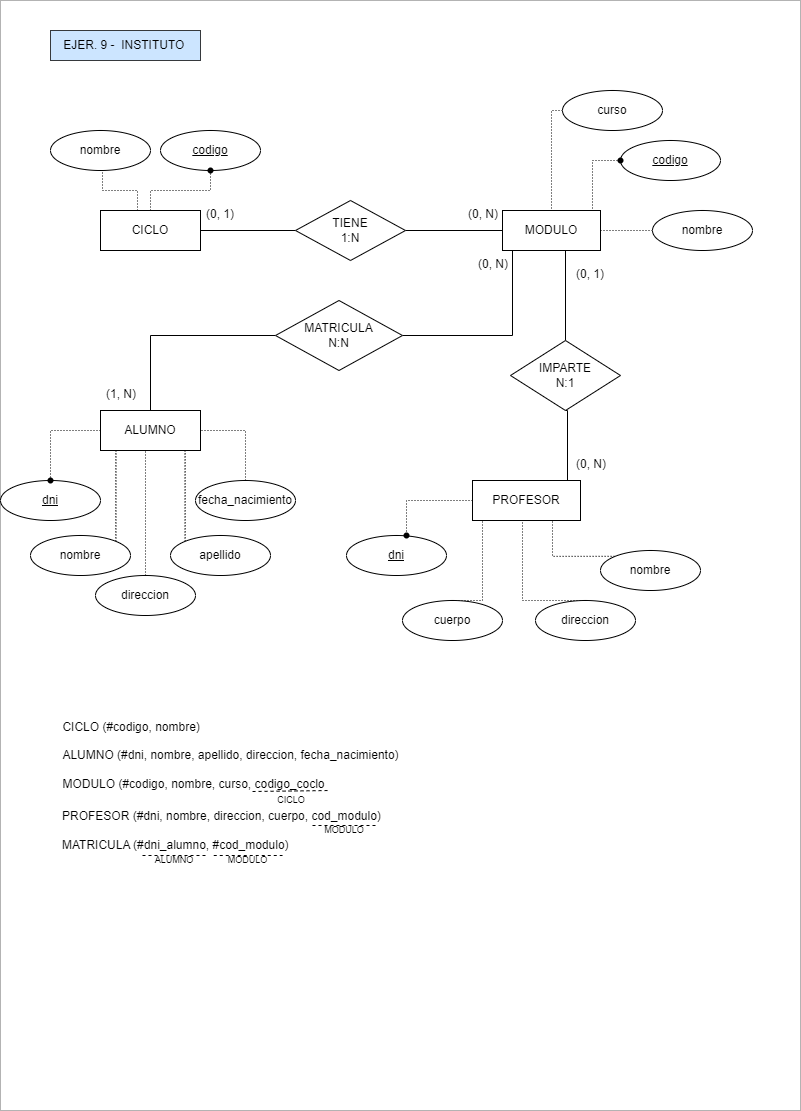
mdrp93/BASE-DE-DATOS keeps this draw.io diagram as ejer9_instituto.png. Above is the earlier version. Source tidied: cells renumbered, new cells last; positions are measured from the earlier drawing's top-left corner, leaving out a move shared by most shapes.
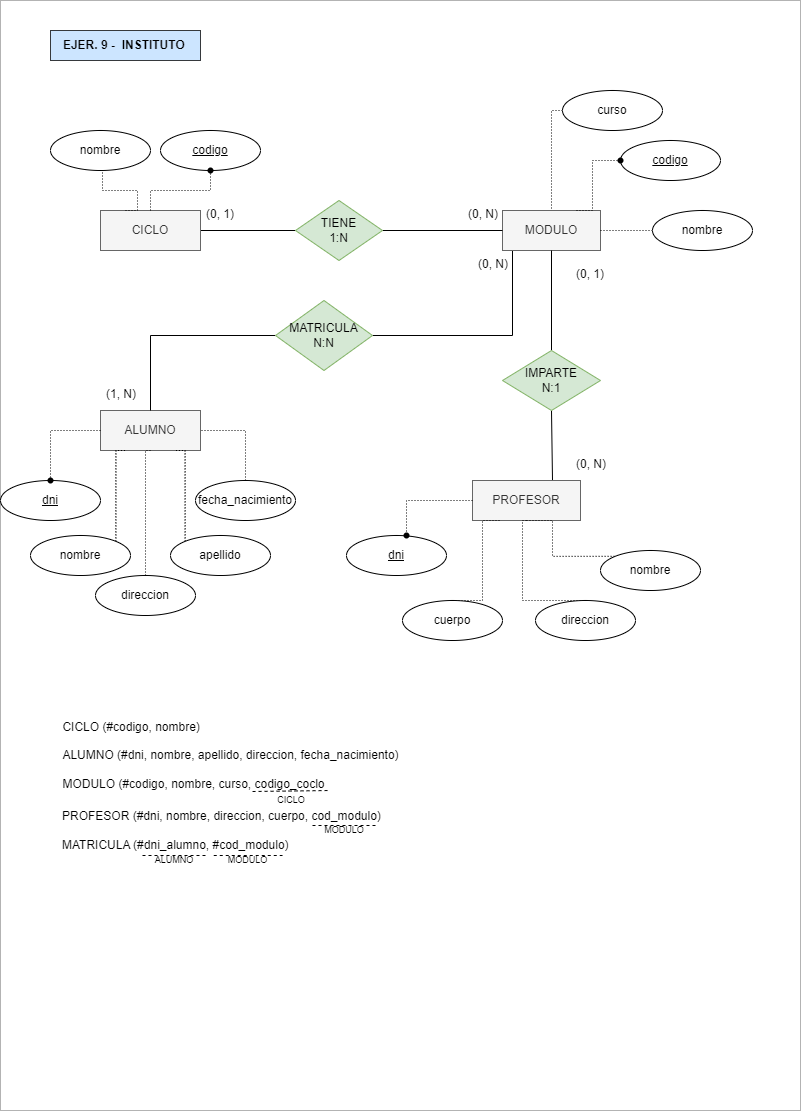
After the change.

Diff of the diagram source:
```diff
@@ -5,7 +5,7 @@
     <mxCell id="2" style="rounded=0;whiteSpace=wrap;html=1;fillColor=none;strokeColor=#B3B3B3;" parent="1" vertex="1">
       <mxGeometry width="800" height="1110" as="geometry" />
     </mxCell>
-    <mxCell id="3" value="ALUMNO" style="whiteSpace=wrap;html=1;align=center;" parent="1" vertex="1">
+    <mxCell id="3" value="ALUMNO" style="whiteSpace=wrap;html=1;align=center;fillColor=#f5f5f5;fontColor=#333333;strokeColor=#666666;" parent="1" vertex="1">
       <mxGeometry x="100" y="410" width="100" height="40" as="geometry" />
     </mxCell>
     <mxCell id="4" style="edgeStyle=orthogonalEdgeStyle;rounded=0;jettySize=auto;html=1;exitX=0.25;exitY=1;exitDx=0;exitDy=0;entryX=1;entryY=0.5;entryDx=0;entryDy=0;endArrow=none;endFill=0;" parent="1" edge="1" source="5" target="48">
@@ -16,7 +16,7 @@
         </Array>
       </mxGeometry>
     </mxCell>
-    <mxCell id="5" value="MODULO" style="whiteSpace=wrap;html=1;align=center;" parent="1" vertex="1">
+    <mxCell id="5" value="MODULO" style="whiteSpace=wrap;html=1;align=center;fillColor=#f5f5f5;fontColor=#333333;strokeColor=#666666;" parent="1" vertex="1">
       <mxGeometry x="502" y="210" width="98" height="40" as="geometry" />
     </mxCell>
     <mxCell id="6" style="edgeStyle=orthogonalEdgeStyle;rounded=0;jettySize=auto;html=1;exitX=1;exitY=0.5;exitDx=0;exitDy=0;entryX=0;entryY=0.5;entryDx=0;entryDy=0;endArrow=none;endFill=0;" parent="1" edge="1" source="8" target="11">
@@ -25,7 +25,7 @@
     <mxCell id="7" style="edgeStyle=orthogonalEdgeStyle;rounded=0;jettySize=auto;html=1;exitDx=0;exitDy=0;entryX=0.5;entryY=1;entryDx=0;entryDy=0;endArrow=none;endFill=0;dashed=1;dashPattern=1 2;" parent="1" edge="1" source="23" target="17">
       <mxGeometry relative="1" as="geometry" />
     </mxCell>
-    <mxCell id="8" value="CICLO" style="whiteSpace=wrap;html=1;align=center;" parent="1" vertex="1">
+    <mxCell id="8" value="CICLO" style="whiteSpace=wrap;html=1;align=center;fillColor=#f5f5f5;fontColor=#333333;strokeColor=#666666;" parent="1" vertex="1">
       <mxGeometry x="100" y="210" width="100" height="40" as="geometry" />
     </mxCell>
     <mxCell id="9" style="edgeStyle=orthogonalEdgeStyle;rounded=0;orthogonalLoop=1;jettySize=auto;html=1;exitX=0.5;exitY=0;exitDx=0;exitDy=0;entryX=0.5;entryY=0;entryDx=0;entryDy=0;" parent="1" edge="1">
@@ -37,8 +37,8 @@
     <mxCell id="10" style="edgeStyle=orthogonalEdgeStyle;rounded=0;jettySize=auto;html=1;exitX=1;exitY=0.5;exitDx=0;exitDy=0;entryX=0;entryY=0.5;entryDx=0;entryDy=0;endArrow=none;endFill=0;" parent="1" edge="1" source="11" target="5">
       <mxGeometry relative="1" as="geometry" />
     </mxCell>
-    <mxCell id="11" value="TIENE&lt;br&gt;1:N" style="shape=rhombus;perimeter=rhombusPerimeter;whiteSpace=wrap;html=1;align=center;" parent="1" vertex="1">
-      <mxGeometry x="295" y="200" width="110" height="60" as="geometry" />
+    <mxCell id="11" value="TIENE&lt;br&gt;1:N" style="shape=rhombus;perimeter=rhombusPerimeter;whiteSpace=wrap;html=1;align=center;fillColor=#d5e8d4;strokeColor=#82b366;" parent="1" vertex="1">
+      <mxGeometry x="295" y="200" width="87" height="60" as="geometry" />
     </mxCell>
     <mxCell id="12" style="rounded=0;orthogonalLoop=1;jettySize=auto;html=1;exitX=0;exitY=0.5;exitDx=0;exitDy=0;strokeColor=none;endArrow=none;endFill=0;shadow=1;" parent="1" edge="1">
       <mxGeometry relative="1" as="geometry">
@@ -52,7 +52,7 @@
     <mxCell id="14" value="(0, N)" style="text;strokeColor=none;fillColor=none;spacingLeft=4;spacingRight=4;overflow=hidden;fontSize=12;whiteSpace=wrap;html=1;" parent="1" vertex="1">
       <mxGeometry x="462" y="200" width="50" height="30" as="geometry" />
     </mxCell>
-    <mxCell id="15" value="EJER. 9 -&amp;nbsp; INSTITUTO&amp;nbsp;" style="text;html=1;align=center;verticalAlign=middle;strokeColor=#36393d;fillColor=#cce5ff;" parent="1" vertex="1">
+    <mxCell id="15" value="EJER. 9 -&amp;nbsp; INSTITUTO&amp;nbsp;" style="text;html=1;align=center;verticalAlign=middle;strokeColor=#36393d;fillColor=#cce5ff;fontStyle=1;" parent="1" vertex="1">
       <mxGeometry x="50" y="30" width="150" height="30" as="geometry" />
     </mxCell>
     <mxCell id="16" style="edgeStyle=orthogonalEdgeStyle;rounded=0;orthogonalLoop=1;jettySize=auto;html=1;exitX=0;exitY=0.5;exitDx=0;exitDy=0;entryX=1;entryY=0.5;entryDx=0;entryDy=0;endArrow=none;endFill=0;startArrow=none;startFill=0;strokeColor=none;" parent="1" edge="1">
@@ -126,11 +126,11 @@
     <mxCell id="31" style="edgeStyle=orthogonalEdgeStyle;rounded=0;jettySize=auto;html=1;exitX=0.75;exitY=0;exitDx=0;exitDy=0;entryX=0.5;entryY=1;entryDx=0;entryDy=0;endArrow=none;endFill=0;" parent="1" edge="1" source="32" target="46">
       <mxGeometry relative="1" as="geometry">
         <Array as="points">
-          <mxPoint x="567" y="480" />
+          <mxPoint x="552" y="480" />
         </Array>
       </mxGeometry>
     </mxCell>
-    <mxCell id="32" value="PROFESOR" style="whiteSpace=wrap;html=1;align=center;" parent="1" vertex="1">
+    <mxCell id="32" value="PROFESOR" style="whiteSpace=wrap;html=1;align=center;fillColor=#f5f5f5;fontColor=#333333;strokeColor=#666666;" parent="1" vertex="1">
       <mxGeometry x="472" y="480" width="108" height="40" as="geometry" />
     </mxCell>
     <mxCell id="33" value="(0, N)" style="text;strokeColor=none;fillColor=none;spacingLeft=4;spacingRight=4;overflow=hidden;fontSize=12;whiteSpace=wrap;html=1;" parent="1" vertex="1">
@@ -183,19 +183,17 @@
     <mxCell id="44" style="shape=waypoint;sketch=0;fillStyle=solid;size=6;points=[];fillColor=none;perimeter=centerPerimeter;snapToPoint=1;" parent="1" vertex="1">
       <mxGeometry x="396" y="525" width="20" height="20" as="geometry" />
     </mxCell>
-    <mxCell id="45" style="edgeStyle=orthogonalEdgeStyle;rounded=0;jettySize=auto;html=1;exitX=0.5;exitY=0;exitDx=0;exitDy=0;endArrow=none;endFill=0;" parent="1" edge="1" source="46">
-      <mxGeometry relative="1" as="geometry">
-        <mxPoint x="565" y="250" as="targetPoint" />
-      </mxGeometry>
-    </mxCell>
+    <mxCell id="73" style="edgeStyle=orthogonalEdgeStyle;rounded=0;jettySize=auto;html=1;exitX=0.5;exitY=0;exitDx=0;exitDy=0;entryX=0.5;entryY=1;entryDx=0;entryDy=0;endArrow=none;endFill=0;" parent="1" edge="1" source="46" target="5">
+      <mxGeometry relative="1" as="geometry" />
+    </mxCell>
-    <mxCell id="46" value="IMPARTE&lt;br&gt;N:1" style="rhombus;whiteSpace=wrap;html=1;" parent="1" vertex="1">
-      <mxGeometry x="510" y="340" width="110" height="70" as="geometry" />
+    <mxCell id="46" value="IMPARTE&lt;br&gt;N:1" style="rhombus;whiteSpace=wrap;html=1;fillColor=#d5e8d4;strokeColor=#82b366;" parent="1" vertex="1">
+      <mxGeometry x="502" y="350" width="98" height="60" as="geometry" />
     </mxCell>
     <mxCell id="47" style="edgeStyle=orthogonalEdgeStyle;rounded=0;jettySize=auto;html=1;exitX=0;exitY=0.5;exitDx=0;exitDy=0;entryX=0.5;entryY=0;entryDx=0;entryDy=0;endArrow=none;endFill=0;" parent="1" edge="1" source="48" target="3">
       <mxGeometry relative="1" as="geometry" />
     </mxCell>
-    <mxCell id="48" value="MATRICULA&lt;br&gt;N:N" style="shape=rhombus;perimeter=rhombusPerimeter;whiteSpace=wrap;html=1;align=center;" parent="1" vertex="1">
-      <mxGeometry x="275" y="300" width="127" height="70" as="geometry" />
+    <mxCell id="48" value="MATRICULA&lt;br&gt;N:N" style="shape=rhombus;perimeter=rhombusPerimeter;whiteSpace=wrap;html=1;align=center;fillColor=#d5e8d4;strokeColor=#82b366;" parent="1" vertex="1">
+      <mxGeometry x="275" y="300" width="97" height="70" as="geometry" />
     </mxCell>
     <mxCell id="49" value="(0, 1)" style="text;strokeColor=none;fillColor=none;spacingLeft=4;spacingRight=4;overflow=hidden;fontSize=12;whiteSpace=wrap;html=1;" parent="1" vertex="1">
       <mxGeometry x="570" y="260" width="50" height="30" as="geometry" />
```
